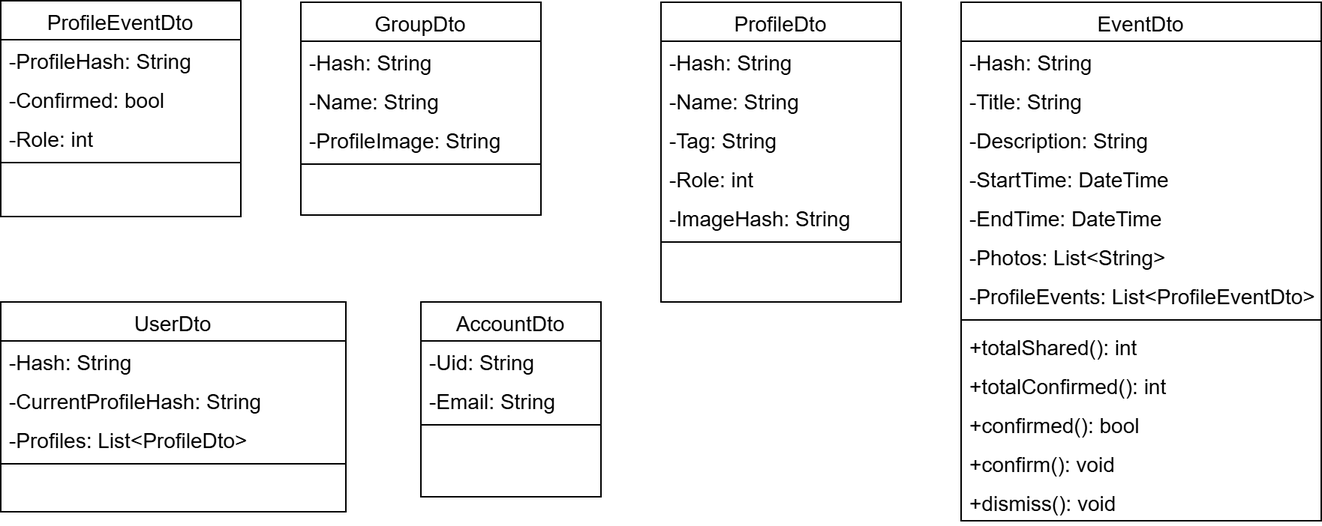
Earlier version of the draw.io export latex/immagini/DTOClassDiagram.png (RedDuality/Tesi). Source tidied: cells renumbered, new cells last; positions are measured from the earlier drawing's top-left corner, leaving out a move shared by most shapes. Source of this version:
```xml
<mxGraphModel>
  <root>
    <mxCell id="0" />
    <mxCell id="1" parent="0" />
    <mxCell id="2" value="EventDto" style="swimlane;fontStyle=0;align=center;verticalAlign=top;horizontal=1;startSize=26;rounded=0;shadow=0;strokeWidth=1;fontSize=14;" parent="1" vertex="1">
      <mxGeometry x="640" y="1" width="240" height="346" as="geometry" />
    </mxCell>
    <mxCell id="3" value="-Hash: String" style="text;align=left;verticalAlign=top;spacingLeft=4;spacingRight=4;overflow=hidden;rounded=0;shadow=0;html=0;fontSize=14;" parent="2" vertex="1">
      <mxGeometry y="26" width="240" height="26" as="geometry" />
    </mxCell>
    <mxCell id="4" value="-Title: String" style="text;align=left;verticalAlign=top;spacingLeft=4;spacingRight=4;overflow=hidden;rounded=0;shadow=0;html=0;fontSize=14;" parent="2" vertex="1">
      <mxGeometry y="52" width="240" height="26" as="geometry" />
    </mxCell>
    <mxCell id="5" value="-Description: String" style="text;align=left;verticalAlign=top;spacingLeft=4;spacingRight=4;overflow=hidden;rounded=0;shadow=0;html=0;fontSize=14;" parent="2" vertex="1">
      <mxGeometry y="78" width="240" height="26" as="geometry" />
    </mxCell>
    <mxCell id="6" value="-StartTime: DateTime" style="text;align=left;verticalAlign=top;spacingLeft=4;spacingRight=4;overflow=hidden;rounded=0;shadow=0;html=0;fontSize=14;" parent="2" vertex="1">
      <mxGeometry y="104" width="240" height="26" as="geometry" />
    </mxCell>
    <mxCell id="7" value="-EndTime: DateTime" style="text;align=left;verticalAlign=top;spacingLeft=4;spacingRight=4;overflow=hidden;rounded=0;shadow=0;html=0;fontSize=14;" parent="2" vertex="1">
      <mxGeometry y="130" width="240" height="26" as="geometry" />
    </mxCell>
    <mxCell id="8" value="-Photos: List&lt;String&gt;" style="text;align=left;verticalAlign=top;spacingLeft=4;spacingRight=4;overflow=hidden;rounded=0;shadow=0;html=0;fontSize=14;" parent="2" vertex="1">
      <mxGeometry y="156" width="240" height="26" as="geometry" />
    </mxCell>
    <mxCell id="9" value="-ProfileEvents: List&lt;ProfileEventDto&gt;" style="text;align=left;verticalAlign=top;spacingLeft=4;spacingRight=4;overflow=hidden;rounded=0;shadow=0;html=0;fontSize=14;" parent="2" vertex="1">
      <mxGeometry y="182" width="240" height="26" as="geometry" />
    </mxCell>
    <mxCell id="10" style="line;html=1;strokeWidth=1;align=left;verticalAlign=middle;spacingTop=-1;spacingLeft=3;spacingRight=3;labelPosition=right;fontSize=14;" parent="2" vertex="1">
      <mxGeometry y="208" width="240" height="8" as="geometry" />
    </mxCell>
    <mxCell id="11" value="+totalShared(): int" style="text;align=left;verticalAlign=top;spacingLeft=4;spacingRight=4;overflow=hidden;rounded=0;shadow=0;html=0;fontSize=14;" parent="2" vertex="1">
      <mxGeometry y="216" width="240" height="26" as="geometry" />
    </mxCell>
    <mxCell id="12" value="+totalConfirmed(): int" style="text;align=left;verticalAlign=top;spacingLeft=4;spacingRight=4;overflow=hidden;rounded=0;shadow=0;html=0;fontSize=14;" parent="2" vertex="1">
      <mxGeometry y="242" width="240" height="26" as="geometry" />
    </mxCell>
    <mxCell id="13" value="+confirmed(): bool" style="text;align=left;verticalAlign=top;spacingLeft=4;spacingRight=4;overflow=hidden;rounded=0;shadow=0;html=0;fontSize=14;" parent="2" vertex="1">
      <mxGeometry y="268" width="240" height="26" as="geometry" />
    </mxCell>
    <mxCell id="14" value="+confirm(): void" style="text;align=left;verticalAlign=top;spacingLeft=4;spacingRight=4;overflow=hidden;rounded=0;shadow=0;html=0;fontSize=14;" parent="2" vertex="1">
      <mxGeometry y="294" width="240" height="26" as="geometry" />
    </mxCell>
    <mxCell id="15" value="+dismiss(): void" style="text;align=left;verticalAlign=top;spacingLeft=4;spacingRight=4;overflow=hidden;rounded=0;shadow=0;html=0;fontSize=14;" parent="2" vertex="1">
      <mxGeometry y="320" width="240" height="26" as="geometry" />
    </mxCell>
    <mxCell id="16" value="AccountDto" style="swimlane;fontStyle=0;align=center;verticalAlign=top;horizontal=1;startSize=26;rounded=0;shadow=0;strokeWidth=1;fontSize=14;" parent="1" vertex="1">
      <mxGeometry x="280" y="201" width="120" height="130" as="geometry" />
    </mxCell>
    <mxCell id="17" value="-Uid: String" style="text;align=left;verticalAlign=top;spacingLeft=4;spacingRight=4;overflow=hidden;rounded=0;shadow=0;html=0;fontSize=14;" parent="16" vertex="1">
      <mxGeometry y="26" width="120" height="26" as="geometry" />
    </mxCell>
    <mxCell id="18" value="-Email: String" style="text;align=left;verticalAlign=top;spacingLeft=4;spacingRight=4;overflow=hidden;rounded=0;shadow=0;html=0;fontSize=14;" parent="16" vertex="1">
      <mxGeometry y="52" width="120" height="26" as="geometry" />
    </mxCell>
    <mxCell id="19" style="line;html=1;strokeWidth=1;align=left;verticalAlign=middle;spacingTop=-1;spacingLeft=3;spacingRight=3;labelPosition=right;fontSize=14;" parent="16" vertex="1">
      <mxGeometry y="78" width="120" height="8" as="geometry" />
    </mxCell>
    <mxCell id="20" value="UserDto" style="swimlane;fontStyle=0;align=center;verticalAlign=top;horizontal=1;startSize=26;rounded=0;shadow=0;strokeWidth=1;fontSize=14;" parent="1" vertex="1">
      <mxGeometry y="201" width="230" height="140" as="geometry" />
    </mxCell>
    <mxCell id="21" value="-Hash: String" style="text;align=left;verticalAlign=top;spacingLeft=4;spacingRight=4;overflow=hidden;rounded=0;shadow=0;html=0;fontSize=14;" parent="20" vertex="1">
      <mxGeometry y="26" width="230" height="26" as="geometry" />
    </mxCell>
    <mxCell id="22" value="-CurrentProfileHash: String" style="text;align=left;verticalAlign=top;spacingLeft=4;spacingRight=4;overflow=hidden;rounded=0;shadow=0;html=0;fontSize=14;" parent="20" vertex="1">
      <mxGeometry y="52" width="230" height="26" as="geometry" />
    </mxCell>
    <mxCell id="23" value="-Profiles: List&lt;ProfileDto&gt;" style="text;align=left;verticalAlign=top;spacingLeft=4;spacingRight=4;overflow=hidden;rounded=0;shadow=0;html=0;fontSize=14;" parent="20" vertex="1">
      <mxGeometry y="78" width="230" height="26" as="geometry" />
    </mxCell>
    <mxCell id="24" style="line;html=1;strokeWidth=1;align=left;verticalAlign=middle;spacingTop=-1;spacingLeft=3;spacingRight=3;labelPosition=right;fontSize=14;" parent="20" vertex="1">
      <mxGeometry y="104" width="230" height="8" as="geometry" />
    </mxCell>
    <mxCell id="25" value="ProfileDto" style="swimlane;fontStyle=0;align=center;verticalAlign=top;horizontal=1;startSize=26;rounded=0;shadow=0;strokeWidth=1;fontSize=14;" parent="1" vertex="1">
      <mxGeometry x="440" y="1" width="160" height="200" as="geometry" />
    </mxCell>
    <mxCell id="26" value="-Hash: String" style="text;align=left;verticalAlign=top;spacingLeft=4;spacingRight=4;overflow=hidden;rounded=0;shadow=0;html=0;fontSize=14;" parent="25" vertex="1">
      <mxGeometry y="26" width="160" height="26" as="geometry" />
    </mxCell>
    <mxCell id="27" value="-Name: String" style="text;align=left;verticalAlign=top;spacingLeft=4;spacingRight=4;overflow=hidden;rounded=0;shadow=0;html=0;fontSize=14;" parent="25" vertex="1">
      <mxGeometry y="52" width="160" height="26" as="geometry" />
    </mxCell>
    <mxCell id="28" value="-Tag: String" style="text;align=left;verticalAlign=top;spacingLeft=4;spacingRight=4;overflow=hidden;rounded=0;shadow=0;html=0;fontSize=14;" parent="25" vertex="1">
      <mxGeometry y="78" width="160" height="26" as="geometry" />
    </mxCell>
    <mxCell id="29" value="-Role: int" style="text;align=left;verticalAlign=top;spacingLeft=4;spacingRight=4;overflow=hidden;rounded=0;shadow=0;html=0;fontSize=14;" parent="25" vertex="1">
      <mxGeometry y="104" width="160" height="26" as="geometry" />
    </mxCell>
    <mxCell id="30" value="-ImageHash: String" style="text;align=left;verticalAlign=top;spacingLeft=4;spacingRight=4;overflow=hidden;rounded=0;shadow=0;html=0;fontSize=14;" parent="25" vertex="1">
      <mxGeometry y="130" width="160" height="26" as="geometry" />
    </mxCell>
    <mxCell id="31" style="line;html=1;strokeWidth=1;align=left;verticalAlign=middle;spacingTop=-1;spacingLeft=3;spacingRight=3;labelPosition=right;fontSize=14;" parent="25" vertex="1">
      <mxGeometry y="156" width="160" height="8" as="geometry" />
    </mxCell>
    <mxCell id="32" value="GroupDto" style="swimlane;fontStyle=0;align=center;verticalAlign=top;horizontal=1;startSize=26;rounded=0;shadow=0;strokeWidth=1;fontSize=14;" parent="1" vertex="1">
      <mxGeometry x="200" y="1" width="160" height="142" as="geometry" />
    </mxCell>
    <mxCell id="33" value="-Hash: String" style="text;align=left;verticalAlign=top;spacingLeft=4;spacingRight=4;overflow=hidden;rounded=0;shadow=0;html=0;fontSize=14;" parent="32" vertex="1">
      <mxGeometry y="26" width="160" height="26" as="geometry" />
    </mxCell>
    <mxCell id="34" value="-Name: String" style="text;align=left;verticalAlign=top;spacingLeft=4;spacingRight=4;overflow=hidden;rounded=0;shadow=0;html=0;fontSize=14;" parent="32" vertex="1">
      <mxGeometry y="52" width="160" height="26" as="geometry" />
    </mxCell>
    <mxCell id="35" value="-ProfileImage: String" style="text;align=left;verticalAlign=top;spacingLeft=4;spacingRight=4;overflow=hidden;rounded=0;shadow=0;html=0;fontSize=14;" parent="32" vertex="1">
      <mxGeometry y="78" width="160" height="26" as="geometry" />
    </mxCell>
    <mxCell id="36" style="line;html=1;strokeWidth=1;align=left;verticalAlign=middle;spacingTop=-1;spacingLeft=3;spacingRight=3;labelPosition=right;fontSize=14;" parent="32" vertex="1">
      <mxGeometry y="104" width="160" height="8" as="geometry" />
    </mxCell>
    <mxCell id="37" value="ProfileEventDto" style="swimlane;fontStyle=0;align=center;verticalAlign=top;horizontal=1;startSize=26;rounded=0;shadow=0;strokeWidth=1;fontSize=14;" parent="1" vertex="1">
      <mxGeometry width="160" height="144" as="geometry" />
    </mxCell>
    <mxCell id="38" value="-ProfileHash: String" style="text;align=left;verticalAlign=top;spacingLeft=4;spacingRight=4;overflow=hidden;rounded=0;shadow=0;html=0;fontSize=14;" parent="37" vertex="1">
      <mxGeometry y="26" width="160" height="26" as="geometry" />
    </mxCell>
    <mxCell id="39" value="-Confirmed: bool" style="text;align=left;verticalAlign=top;spacingLeft=4;spacingRight=4;overflow=hidden;rounded=0;shadow=0;html=0;fontSize=14;" parent="37" vertex="1">
      <mxGeometry y="52" width="160" height="26" as="geometry" />
    </mxCell>
    <mxCell id="40" value="-Role: int" style="text;align=left;verticalAlign=top;spacingLeft=4;spacingRight=4;overflow=hidden;rounded=0;shadow=0;html=0;fontSize=14;" parent="37" vertex="1">
      <mxGeometry y="78" width="160" height="26" as="geometry" />
    </mxCell>
    <mxCell id="41" style="line;html=1;strokeWidth=1;align=left;verticalAlign=middle;spacingTop=-1;spacingLeft=3;spacingRight=3;labelPosition=right;fontSize=14;" parent="37" vertex="1">
      <mxGeometry y="104" width="160" height="8" as="geometry" />
    </mxCell>
  </root>
</mxGraphModel>
```
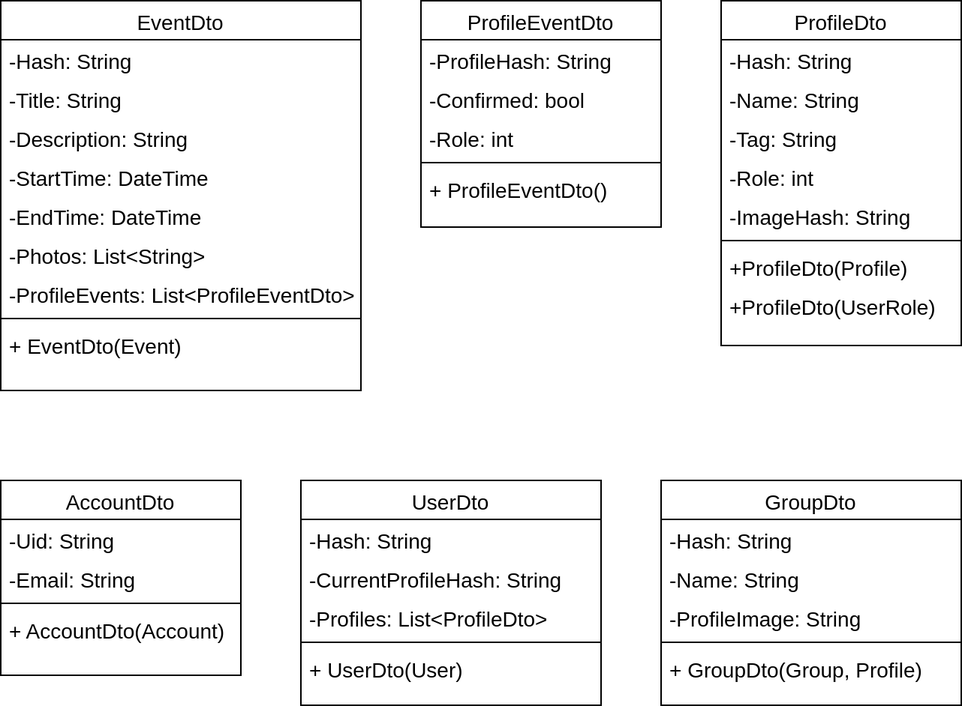
The same file after the commit.

The edit, as a diff of the source:
```diff
@@ -3,7 +3,7 @@
     <mxCell id="0" />
     <mxCell id="1" parent="0" />
     <mxCell id="2" value="EventDto" style="swimlane;fontStyle=0;align=center;verticalAlign=top;horizontal=1;startSize=26;rounded=0;shadow=0;strokeWidth=1;fontSize=14;" parent="1" vertex="1">
-      <mxGeometry x="640" y="1" width="240" height="346" as="geometry" />
+      <mxGeometry y="1" width="240" height="260" as="geometry" />
     </mxCell>
     <mxCell id="3" value="-Hash: String" style="text;align=left;verticalAlign=top;spacingLeft=4;spacingRight=4;overflow=hidden;rounded=0;shadow=0;html=0;fontSize=14;" parent="2" vertex="1">
       <mxGeometry y="26" width="240" height="26" as="geometry" />
@@ -29,50 +29,44 @@
     <mxCell id="10" style="line;html=1;strokeWidth=1;align=left;verticalAlign=middle;spacingTop=-1;spacingLeft=3;spacingRight=3;labelPosition=right;fontSize=14;" parent="2" vertex="1">
       <mxGeometry y="208" width="240" height="8" as="geometry" />
     </mxCell>
-    <mxCell id="11" value="+totalShared(): int" style="text;align=left;verticalAlign=top;spacingLeft=4;spacingRight=4;overflow=hidden;rounded=0;shadow=0;html=0;fontSize=14;" parent="2" vertex="1">
-      <mxGeometry y="216" width="240" height="26" as="geometry" />
-    </mxCell>
-    <mxCell id="12" value="+totalConfirmed(): int" style="text;align=left;verticalAlign=top;spacingLeft=4;spacingRight=4;overflow=hidden;rounded=0;shadow=0;html=0;fontSize=14;" parent="2" vertex="1">
-      <mxGeometry y="242" width="240" height="26" as="geometry" />
-    </mxCell>
-    <mxCell id="13" value="+confirmed(): bool" style="text;align=left;verticalAlign=top;spacingLeft=4;spacingRight=4;overflow=hidden;rounded=0;shadow=0;html=0;fontSize=14;" parent="2" vertex="1">
-      <mxGeometry y="268" width="240" height="26" as="geometry" />
-    </mxCell>
-    <mxCell id="14" value="+confirm(): void" style="text;align=left;verticalAlign=top;spacingLeft=4;spacingRight=4;overflow=hidden;rounded=0;shadow=0;html=0;fontSize=14;" parent="2" vertex="1">
-      <mxGeometry y="294" width="240" height="26" as="geometry" />
-    </mxCell>
-    <mxCell id="15" value="+dismiss(): void" style="text;align=left;verticalAlign=top;spacingLeft=4;spacingRight=4;overflow=hidden;rounded=0;shadow=0;html=0;fontSize=14;" parent="2" vertex="1">
-      <mxGeometry y="320" width="240" height="26" as="geometry" />
-    </mxCell>
+    <mxCell id="42" value="+ EventDto(Event)" style="text;align=left;verticalAlign=top;spacingLeft=4;spacingRight=4;overflow=hidden;rounded=0;shadow=0;html=0;fontSize=14;" parent="2" vertex="1">
+      <mxGeometry y="216" width="240" height="26" as="geometry" />
+    </mxCell>
     <mxCell id="16" value="AccountDto" style="swimlane;fontStyle=0;align=center;verticalAlign=top;horizontal=1;startSize=26;rounded=0;shadow=0;strokeWidth=1;fontSize=14;" parent="1" vertex="1">
-      <mxGeometry x="280" y="201" width="120" height="130" as="geometry" />
+      <mxGeometry y="321" width="160" height="130" as="geometry" />
     </mxCell>
     <mxCell id="17" value="-Uid: String" style="text;align=left;verticalAlign=top;spacingLeft=4;spacingRight=4;overflow=hidden;rounded=0;shadow=0;html=0;fontSize=14;" parent="16" vertex="1">
-      <mxGeometry y="26" width="120" height="26" as="geometry" />
+      <mxGeometry y="26" width="160" height="26" as="geometry" />
     </mxCell>
     <mxCell id="18" value="-Email: String" style="text;align=left;verticalAlign=top;spacingLeft=4;spacingRight=4;overflow=hidden;rounded=0;shadow=0;html=0;fontSize=14;" parent="16" vertex="1">
-      <mxGeometry y="52" width="120" height="26" as="geometry" />
+      <mxGeometry y="52" width="160" height="26" as="geometry" />
     </mxCell>
     <mxCell id="19" style="line;html=1;strokeWidth=1;align=left;verticalAlign=middle;spacingTop=-1;spacingLeft=3;spacingRight=3;labelPosition=right;fontSize=14;" parent="16" vertex="1">
-      <mxGeometry y="78" width="120" height="8" as="geometry" />
+      <mxGeometry y="78" width="160" height="8" as="geometry" />
     </mxCell>
+    <mxCell id="43" value="+ AccountDto(Account)" style="text;align=left;verticalAlign=top;spacingLeft=4;spacingRight=4;overflow=hidden;rounded=0;shadow=0;html=0;fontSize=14;" parent="16" vertex="1">
+      <mxGeometry y="86" width="160" height="26" as="geometry" />
+    </mxCell>
     <mxCell id="20" value="UserDto" style="swimlane;fontStyle=0;align=center;verticalAlign=top;horizontal=1;startSize=26;rounded=0;shadow=0;strokeWidth=1;fontSize=14;" parent="1" vertex="1">
-      <mxGeometry y="201" width="230" height="140" as="geometry" />
+      <mxGeometry x="200" y="321" width="200" height="150" as="geometry" />
     </mxCell>
     <mxCell id="21" value="-Hash: String" style="text;align=left;verticalAlign=top;spacingLeft=4;spacingRight=4;overflow=hidden;rounded=0;shadow=0;html=0;fontSize=14;" parent="20" vertex="1">
-      <mxGeometry y="26" width="230" height="26" as="geometry" />
+      <mxGeometry y="26" width="200" height="26" as="geometry" />
     </mxCell>
     <mxCell id="22" value="-CurrentProfileHash: String" style="text;align=left;verticalAlign=top;spacingLeft=4;spacingRight=4;overflow=hidden;rounded=0;shadow=0;html=0;fontSize=14;" parent="20" vertex="1">
-      <mxGeometry y="52" width="230" height="26" as="geometry" />
+      <mxGeometry y="52" width="200" height="26" as="geometry" />
     </mxCell>
     <mxCell id="23" value="-Profiles: List&lt;ProfileDto&gt;" style="text;align=left;verticalAlign=top;spacingLeft=4;spacingRight=4;overflow=hidden;rounded=0;shadow=0;html=0;fontSize=14;" parent="20" vertex="1">
-      <mxGeometry y="78" width="230" height="26" as="geometry" />
+      <mxGeometry y="78" width="200" height="26" as="geometry" />
     </mxCell>
     <mxCell id="24" style="line;html=1;strokeWidth=1;align=left;verticalAlign=middle;spacingTop=-1;spacingLeft=3;spacingRight=3;labelPosition=right;fontSize=14;" parent="20" vertex="1">
-      <mxGeometry y="104" width="230" height="8" as="geometry" />
+      <mxGeometry y="104" width="200" height="8" as="geometry" />
     </mxCell>
+    <mxCell id="44" value="+ UserDto(User)" style="text;align=left;verticalAlign=top;spacingLeft=4;spacingRight=4;overflow=hidden;rounded=0;shadow=0;html=0;fontSize=14;" parent="20" vertex="1">
+      <mxGeometry y="112" width="200" height="26" as="geometry" />
+    </mxCell>
     <mxCell id="25" value="ProfileDto" style="swimlane;fontStyle=0;align=center;verticalAlign=top;horizontal=1;startSize=26;rounded=0;shadow=0;strokeWidth=1;fontSize=14;" parent="1" vertex="1">
-      <mxGeometry x="440" y="1" width="160" height="200" as="geometry" />
+      <mxGeometry x="480" y="1" width="160" height="230" as="geometry" />
     </mxCell>
     <mxCell id="26" value="-Hash: String" style="text;align=left;verticalAlign=top;spacingLeft=4;spacingRight=4;overflow=hidden;rounded=0;shadow=0;html=0;fontSize=14;" parent="25" vertex="1">
       <mxGeometry y="26" width="160" height="26" as="geometry" />
@@ -92,23 +86,32 @@
     <mxCell id="31" style="line;html=1;strokeWidth=1;align=left;verticalAlign=middle;spacingTop=-1;spacingLeft=3;spacingRight=3;labelPosition=right;fontSize=14;" parent="25" vertex="1">
       <mxGeometry y="156" width="160" height="8" as="geometry" />
     </mxCell>
+    <mxCell id="45" value="+ProfileDto(Profile)" style="text;align=left;verticalAlign=top;spacingLeft=4;spacingRight=4;overflow=hidden;rounded=0;shadow=0;html=0;fontSize=14;" parent="25" vertex="1">
+      <mxGeometry y="164" width="160" height="26" as="geometry" />
+    </mxCell>
+    <mxCell id="46" value="+ProfileDto(UserRole)" style="text;align=left;verticalAlign=top;spacingLeft=4;spacingRight=4;overflow=hidden;rounded=0;shadow=0;html=0;fontSize=14;" parent="25" vertex="1">
+      <mxGeometry y="190" width="160" height="26" as="geometry" />
+    </mxCell>
     <mxCell id="32" value="GroupDto" style="swimlane;fontStyle=0;align=center;verticalAlign=top;horizontal=1;startSize=26;rounded=0;shadow=0;strokeWidth=1;fontSize=14;" parent="1" vertex="1">
-      <mxGeometry x="200" y="1" width="160" height="142" as="geometry" />
+      <mxGeometry x="440" y="321" width="200" height="150" as="geometry" />
     </mxCell>
     <mxCell id="33" value="-Hash: String" style="text;align=left;verticalAlign=top;spacingLeft=4;spacingRight=4;overflow=hidden;rounded=0;shadow=0;html=0;fontSize=14;" parent="32" vertex="1">
-      <mxGeometry y="26" width="160" height="26" as="geometry" />
+      <mxGeometry y="26" width="200" height="26" as="geometry" />
     </mxCell>
     <mxCell id="34" value="-Name: String" style="text;align=left;verticalAlign=top;spacingLeft=4;spacingRight=4;overflow=hidden;rounded=0;shadow=0;html=0;fontSize=14;" parent="32" vertex="1">
-      <mxGeometry y="52" width="160" height="26" as="geometry" />
+      <mxGeometry y="52" width="200" height="26" as="geometry" />
     </mxCell>
     <mxCell id="35" value="-ProfileImage: String" style="text;align=left;verticalAlign=top;spacingLeft=4;spacingRight=4;overflow=hidden;rounded=0;shadow=0;html=0;fontSize=14;" parent="32" vertex="1">
-      <mxGeometry y="78" width="160" height="26" as="geometry" />
+      <mxGeometry y="78" width="200" height="26" as="geometry" />
     </mxCell>
     <mxCell id="36" style="line;html=1;strokeWidth=1;align=left;verticalAlign=middle;spacingTop=-1;spacingLeft=3;spacingRight=3;labelPosition=right;fontSize=14;" parent="32" vertex="1">
-      <mxGeometry y="104" width="160" height="8" as="geometry" />
+      <mxGeometry y="104" width="200" height="8" as="geometry" />
     </mxCell>
+    <mxCell id="47" value="+ GroupDto(Group, Profile)" style="text;align=left;verticalAlign=top;spacingLeft=4;spacingRight=4;overflow=hidden;rounded=0;shadow=0;html=0;fontSize=14;" parent="32" vertex="1">
+      <mxGeometry y="112" width="200" height="26" as="geometry" />
+    </mxCell>
     <mxCell id="37" value="ProfileEventDto" style="swimlane;fontStyle=0;align=center;verticalAlign=top;horizontal=1;startSize=26;rounded=0;shadow=0;strokeWidth=1;fontSize=14;" parent="1" vertex="1">
-      <mxGeometry width="160" height="144" as="geometry" />
+      <mxGeometry x="280" y="1" width="160" height="151" as="geometry" />
     </mxCell>
     <mxCell id="38" value="-ProfileHash: String" style="text;align=left;verticalAlign=top;spacingLeft=4;spacingRight=4;overflow=hidden;rounded=0;shadow=0;html=0;fontSize=14;" parent="37" vertex="1">
       <mxGeometry y="26" width="160" height="26" as="geometry" />
@@ -122,5 +125,8 @@
     <mxCell id="41" style="line;html=1;strokeWidth=1;align=left;verticalAlign=middle;spacingTop=-1;spacingLeft=3;spacingRight=3;labelPosition=right;fontSize=14;" parent="37" vertex="1">
       <mxGeometry y="104" width="160" height="8" as="geometry" />
     </mxCell>
+    <mxCell id="48" value="+ ProfileEventDto()" style="text;align=left;verticalAlign=top;spacingLeft=4;spacingRight=4;overflow=hidden;rounded=0;shadow=0;html=0;fontSize=14;" parent="37" vertex="1">
+      <mxGeometry y="112" width="160" height="26" as="geometry" />
+    </mxCell>
   </root>
 </mxGraphModel>
```
